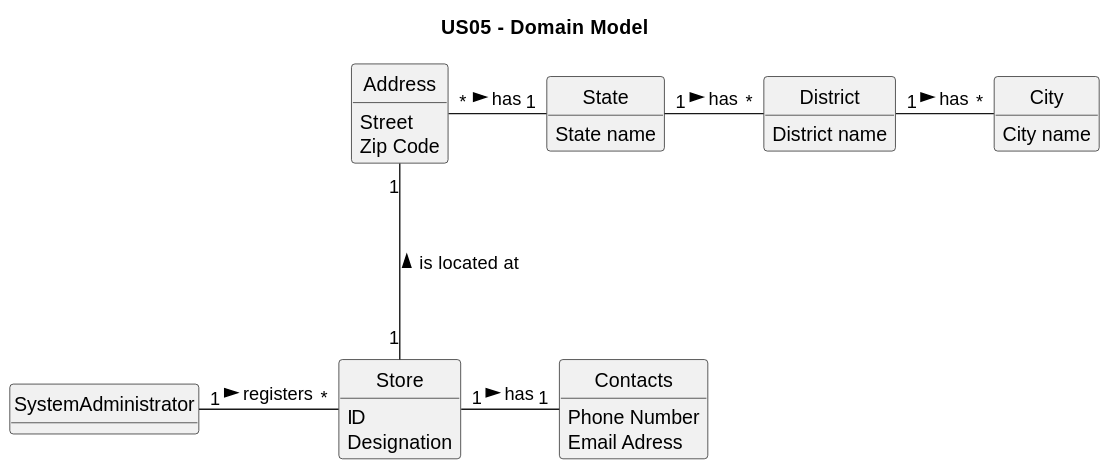
This is docs/sprintB/US05/02.analysis/svg/us05-domain-model.svg from PureNimble/ISEP-LAPR2, a PlantUML export, as it was before one commit.
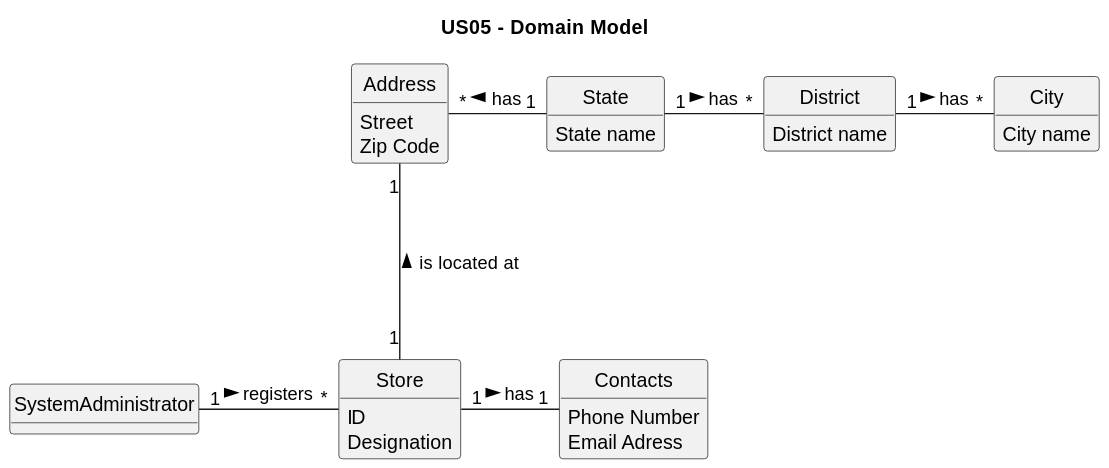
After the change.

What changed in the source:
```diff
@@ -46,6 +46,6 @@
 SystemAdministrator "1" -right-- "*" Store: registers >
 State "1" -right-- "*" District : has >
 District "1" -right-- "*" City : has >
-Address "*" -right-- "1" State : has >
+Address "*" -right-- "1" State : has <
 
 @enduml
```
